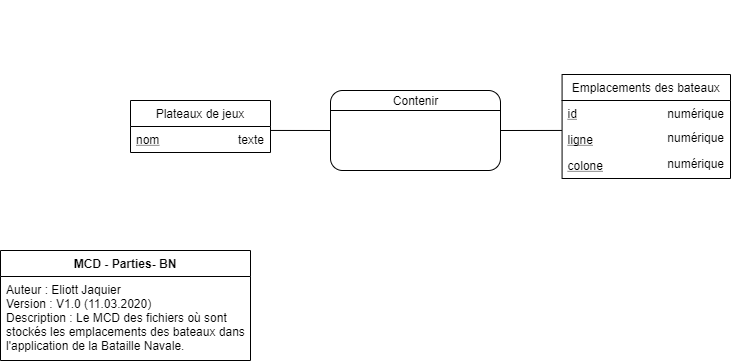
Neliott/BatailleNavale keeps this draw.io diagram as documentation/MCD/MCD - Parties.png. Above is the earlier version. Source tidied: cells renumbered, new cells last; positions are measured from the earlier drawing's top-left corner, leaving out a move shared by most shapes. Source of this version:
```xml
<mxGraphModel>
  <root>
    <mxCell id="0" />
    <mxCell id="1" parent="0" />
    <mxCell id="2" style="group;" parent="1" vertex="1">
      <mxGeometry x="130" y="100" width="140" height="104" as="geometry" />
    </mxCell>
    <mxCell id="3" style="group;" parent="2" vertex="1">
      <mxGeometry width="140" height="104" as="geometry" />
    </mxCell>
    <mxCell id="4" style="group;" parent="3" vertex="1">
      <mxGeometry width="140" height="104" as="geometry" />
    </mxCell>
    <mxCell id="5" value="texte" style="text;strokeColor=none;fillColor=none;align=right;verticalAlign=top;spacingLeft=4;spacingRight=4;overflow=hidden;fontStyle=0;" parent="4" vertex="1">
      <mxGeometry y="26" width="140" height="26" as="geometry" />
    </mxCell>
    <mxCell id="6" style="group;" parent="4" vertex="1">
      <mxGeometry width="140" height="104" as="geometry" />
    </mxCell>
    <mxCell id="7" value="Plateaux de jeux" style="swimlane;fontStyle=0;horizontal=1;startSize=26;fillColor=none;" parent="6" vertex="1">
      <mxGeometry width="140" height="52" as="geometry" />
    </mxCell>
    <mxCell id="8" value="nom" style="text;strokeColor=none;fillColor=none;align=left;verticalAlign=top;spacingLeft=4;spacingRight=4;overflow=hidden;points=[[0,0.5],[1,0.5]];portConstraint=eastwest;fontStyle=4;" parent="7" vertex="1">
      <mxGeometry y="26" width="140" height="26" as="geometry" />
    </mxCell>
    <mxCell id="9" style="group;" parent="1" vertex="1">
      <mxGeometry y="250" width="250" height="110" as="geometry" />
    </mxCell>
    <mxCell id="10" value="MCD - Parties- BN" style="swimlane;fontStyle=1;horizontal=1;startSize=26;fillColor=none;align=center;" parent="9" vertex="1">
      <mxGeometry width="250" height="110" as="geometry" />
    </mxCell>
    <mxCell id="11" value="Auteur : Eliott Jaquier&#10;Version : V1.0 (11.03.2020)&#10;Description : Le MCD des fichiers où sont&#10;stockés les emplacements des bateaux dans &#10;l'application de la Bataille Navale." style="text;strokeColor=none;fillColor=none;align=left;verticalAlign=top;spacingLeft=4;spacingRight=4;overflow=hidden;" parent="9" vertex="1">
      <mxGeometry y="26" width="250" height="84" as="geometry" />
    </mxCell>
    <mxCell id="12" style="group;" parent="1" vertex="1">
      <mxGeometry x="570" y="74" width="160" height="104" as="geometry" />
    </mxCell>
    <mxCell id="13" style="group;" parent="12" vertex="1">
      <mxGeometry width="160" height="104" as="geometry" />
    </mxCell>
    <mxCell id="14" value="numérique" style="text;strokeColor=none;fillColor=none;align=right;verticalAlign=top;spacingLeft=4;spacingRight=4;overflow=hidden;fontStyle=0;" parent="13" vertex="1">
      <mxGeometry y="50" width="160" height="26" as="geometry" />
    </mxCell>
    <mxCell id="15" value="numérique" style="text;strokeColor=none;fillColor=none;align=right;verticalAlign=top;spacingLeft=4;spacingRight=4;overflow=hidden;fontStyle=0;" parent="13" vertex="1">
      <mxGeometry y="76" width="160" height="26" as="geometry" />
    </mxCell>
    <mxCell id="16" style="group;" parent="13" vertex="1">
      <mxGeometry width="160" height="104" as="geometry" />
    </mxCell>
    <mxCell id="17" style="group;" parent="16" vertex="1">
      <mxGeometry width="160" height="104" as="geometry" />
    </mxCell>
    <mxCell id="18" value="numérique" style="text;strokeColor=none;fillColor=none;align=right;verticalAlign=top;spacingLeft=4;spacingRight=4;overflow=hidden;fontStyle=0;" parent="17" vertex="1">
      <mxGeometry y="26" width="160" height="26" as="geometry" />
    </mxCell>
    <mxCell id="19" value="Emplacements des bateaux" style="swimlane;fontStyle=0;horizontal=1;startSize=26;fillColor=none;" parent="17" vertex="1">
      <mxGeometry x="-8.4" width="168.4" height="104" as="geometry" />
    </mxCell>
    <mxCell id="20" value="id" style="text;strokeColor=none;fillColor=none;align=left;verticalAlign=top;spacingLeft=4;spacingRight=4;overflow=hidden;fontStyle=4;" parent="19" vertex="1">
      <mxGeometry y="26" width="168.4" height="26" as="geometry" />
    </mxCell>
    <mxCell id="21" value="ligne" style="text;strokeColor=none;fillColor=none;align=left;verticalAlign=top;spacingLeft=4;spacingRight=4;overflow=hidden;points=[[0,0.5],[1,0.5]];portConstraint=eastwest;fontStyle=4;" parent="19" vertex="1">
      <mxGeometry y="52" width="168.4" height="26" as="geometry" />
    </mxCell>
    <mxCell id="22" value="colone" style="text;strokeColor=none;fillColor=none;align=left;verticalAlign=top;spacingLeft=4;spacingRight=4;overflow=hidden;fontStyle=4;" parent="19" vertex="1">
      <mxGeometry y="78" width="168.4" height="26" as="geometry" />
    </mxCell>
    <mxCell id="23" style="group;" parent="1" vertex="1">
      <mxGeometry x="330" y="90" width="170" height="80" as="geometry" />
    </mxCell>
    <mxCell id="24" style="rounded=1;whiteSpace=wrap;html=1;fillColor=none;align=center;" parent="23" vertex="1">
      <mxGeometry width="170" height="80" as="geometry" />
    </mxCell>
    <mxCell id="25" style="endArrow=none;html=1;exitX=0;exitY=0.25;exitDx=0;exitDy=0;entryX=1;entryY=0.25;entryDx=0;entryDy=0;" parent="23" edge="1" source="24" target="24">
      <mxGeometry relative="1" as="geometry" />
    </mxCell>
    <mxCell id="26" value="Contenir" style="text;html=1;align=center;verticalAlign=middle;" parent="23" vertex="1">
      <mxGeometry x="55" width="60" height="20" as="geometry" />
    </mxCell>
    <mxCell id="27" style="edgeStyle=orthogonalEdgeStyle;rounded=0;jettySize=auto;html=1;exitX=0;exitY=0.5;exitDx=0;exitDy=0;endArrow=none;endFill=0;entryX=0.999;entryY=0.152;entryDx=0;entryDy=0;entryPerimeter=0;" parent="1" edge="1" source="24" target="8">
      <mxGeometry relative="1" as="geometry" />
    </mxCell>
    <mxCell id="28" style="edgeStyle=orthogonalEdgeStyle;rounded=0;jettySize=auto;html=1;exitX=-0.001;exitY=0.152;exitDx=0;exitDy=0;entryX=1;entryY=0.5;entryDx=0;entryDy=0;endArrow=none;endFill=0;exitPerimeter=0;" parent="1" edge="1" source="21" target="24">
      <mxGeometry relative="1" as="geometry" />
    </mxCell>
    <mxCell id="29" style="group;" parent="1" vertex="1">
      <mxGeometry x="240" width="140" height="104" as="geometry" />
    </mxCell>
    <mxCell id="30" style="group;" parent="29" vertex="1">
      <mxGeometry width="140" height="104" as="geometry" />
    </mxCell>
  </root>
</mxGraphModel>
```
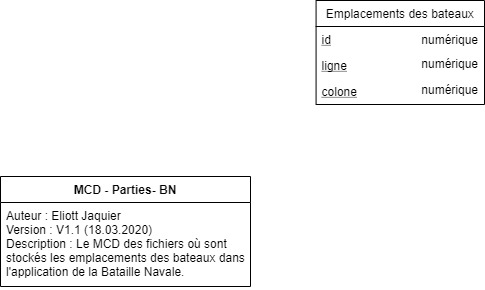
After the commit.

The edit, as a diff of the source:
```diff
@@ -2,38 +2,17 @@
   <root>
     <mxCell id="0" />
     <mxCell id="1" parent="0" />
-    <mxCell id="2" style="group;" parent="1" vertex="1">
-      <mxGeometry x="130" y="100" width="140" height="104" as="geometry" />
-    </mxCell>
-    <mxCell id="3" style="group;" parent="2" vertex="1">
-      <mxGeometry width="140" height="104" as="geometry" />
-    </mxCell>
-    <mxCell id="4" style="group;" parent="3" vertex="1">
-      <mxGeometry width="140" height="104" as="geometry" />
-    </mxCell>
-    <mxCell id="5" value="texte" style="text;strokeColor=none;fillColor=none;align=right;verticalAlign=top;spacingLeft=4;spacingRight=4;overflow=hidden;fontStyle=0;" parent="4" vertex="1">
-      <mxGeometry y="26" width="140" height="26" as="geometry" />
-    </mxCell>
-    <mxCell id="6" style="group;" parent="4" vertex="1">
-      <mxGeometry width="140" height="104" as="geometry" />
-    </mxCell>
-    <mxCell id="7" value="Plateaux de jeux" style="swimlane;fontStyle=0;horizontal=1;startSize=26;fillColor=none;" parent="6" vertex="1">
-      <mxGeometry width="140" height="52" as="geometry" />
-    </mxCell>
-    <mxCell id="8" value="nom" style="text;strokeColor=none;fillColor=none;align=left;verticalAlign=top;spacingLeft=4;spacingRight=4;overflow=hidden;points=[[0,0.5],[1,0.5]];portConstraint=eastwest;fontStyle=4;" parent="7" vertex="1">
-      <mxGeometry y="26" width="140" height="26" as="geometry" />
-    </mxCell>
     <mxCell id="9" style="group;" parent="1" vertex="1">
       <mxGeometry y="250" width="250" height="110" as="geometry" />
     </mxCell>
     <mxCell id="10" value="MCD - Parties- BN" style="swimlane;fontStyle=1;horizontal=1;startSize=26;fillColor=none;align=center;" parent="9" vertex="1">
       <mxGeometry width="250" height="110" as="geometry" />
     </mxCell>
-    <mxCell id="11" value="Auteur : Eliott Jaquier&#10;Version : V1.0 (11.03.2020)&#10;Description : Le MCD des fichiers où sont&#10;stockés les emplacements des bateaux dans &#10;l'application de la Bataille Navale." style="text;strokeColor=none;fillColor=none;align=left;verticalAlign=top;spacingLeft=4;spacingRight=4;overflow=hidden;" parent="9" vertex="1">
+    <mxCell id="11" value="Auteur : Eliott Jaquier&#10;Version : V1.1 (18.03.2020)&#10;Description : Le MCD des fichiers où sont&#10;stockés les emplacements des bateaux dans &#10;l'application de la Bataille Navale." style="text;strokeColor=none;fillColor=none;align=left;verticalAlign=top;spacingLeft=4;spacingRight=4;overflow=hidden;" parent="9" vertex="1">
       <mxGeometry y="26" width="250" height="84" as="geometry" />
     </mxCell>
     <mxCell id="12" style="group;" parent="1" vertex="1">
-      <mxGeometry x="570" y="74" width="160" height="104" as="geometry" />
+      <mxGeometry x="324" y="74" width="160" height="104" as="geometry" />
     </mxCell>
     <mxCell id="13" style="group;" parent="12" vertex="1">
       <mxGeometry width="160" height="104" as="geometry" />
@@ -65,29 +44,5 @@
     <mxCell id="22" value="colone" style="text;strokeColor=none;fillColor=none;align=left;verticalAlign=top;spacingLeft=4;spacingRight=4;overflow=hidden;fontStyle=4;" parent="19" vertex="1">
       <mxGeometry y="78" width="168.4" height="26" as="geometry" />
     </mxCell>
-    <mxCell id="23" style="group;" parent="1" vertex="1">
-      <mxGeometry x="330" y="90" width="170" height="80" as="geometry" />
-    </mxCell>
-    <mxCell id="24" style="rounded=1;whiteSpace=wrap;html=1;fillColor=none;align=center;" parent="23" vertex="1">
-      <mxGeometry width="170" height="80" as="geometry" />
-    </mxCell>
-    <mxCell id="25" style="endArrow=none;html=1;exitX=0;exitY=0.25;exitDx=0;exitDy=0;entryX=1;entryY=0.25;entryDx=0;entryDy=0;" parent="23" edge="1" source="24" target="24">
-      <mxGeometry relative="1" as="geometry" />
-    </mxCell>
-    <mxCell id="26" value="Contenir" style="text;html=1;align=center;verticalAlign=middle;" parent="23" vertex="1">
-      <mxGeometry x="55" width="60" height="20" as="geometry" />
-    </mxCell>
-    <mxCell id="27" style="edgeStyle=orthogonalEdgeStyle;rounded=0;jettySize=auto;html=1;exitX=0;exitY=0.5;exitDx=0;exitDy=0;endArrow=none;endFill=0;entryX=0.999;entryY=0.152;entryDx=0;entryDy=0;entryPerimeter=0;" parent="1" edge="1" source="24" target="8">
-      <mxGeometry relative="1" as="geometry" />
-    </mxCell>
-    <mxCell id="28" style="edgeStyle=orthogonalEdgeStyle;rounded=0;jettySize=auto;html=1;exitX=-0.001;exitY=0.152;exitDx=0;exitDy=0;entryX=1;entryY=0.5;entryDx=0;entryDy=0;endArrow=none;endFill=0;exitPerimeter=0;" parent="1" edge="1" source="21" target="24">
-      <mxGeometry relative="1" as="geometry" />
-    </mxCell>
-    <mxCell id="29" style="group;" parent="1" vertex="1">
-      <mxGeometry x="240" width="140" height="104" as="geometry" />
-    </mxCell>
-    <mxCell id="30" style="group;" parent="29" vertex="1">
-      <mxGeometry width="140" height="104" as="geometry" />
-    </mxCell>
   </root>
 </mxGraphModel>
```
